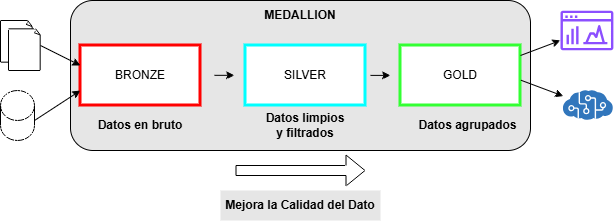
Above: medallion.drawio.png in atrigueroshol/Databricks-Certified-Data-Engineer-Associate (draw.io), before the change. Source tidied: cells renumbered, new cells last; positions are measured from the earlier drawing's top-left corner, leaving out a move shared by most shapes.
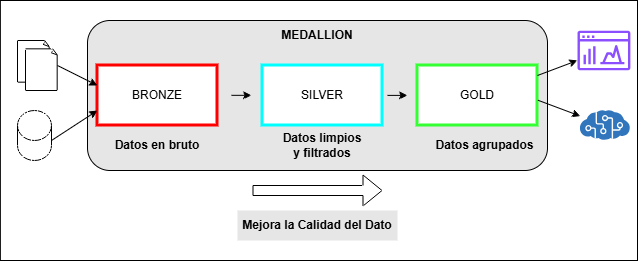
The same file after the commit.

Change to the diagram source:
```diff
@@ -2,6 +2,9 @@
   <root>
     <mxCell id="0" />
     <mxCell id="1" parent="0" />
+    <mxCell id="24" style="rounded=0;whiteSpace=wrap;html=1;" parent="1" vertex="1">
+      <mxGeometry x="-17.1" y="-20" width="637.1" height="260" as="geometry" />
+    </mxCell>
     <mxCell id="2" style="rounded=1;whiteSpace=wrap;html=1;fillColor=#E6E6E6;" parent="1" vertex="1">
       <mxGeometry x="70" width="460" height="150" as="geometry" />
     </mxCell>
```
